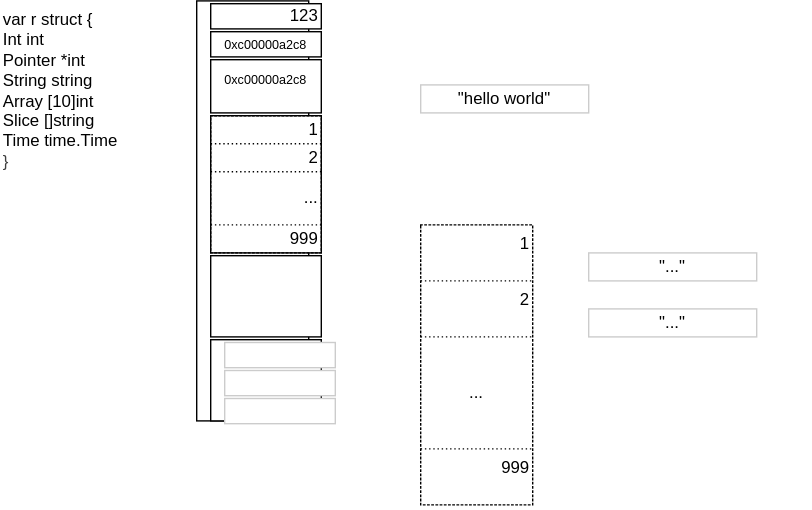
Earlier version of the draw.io export article/svg/struct.svg (nshichi/go-mem). Source tidied: cells renumbered, new cells last; positions are measured from the earlier drawing's top-left corner, leaving out a move shared by most shapes.
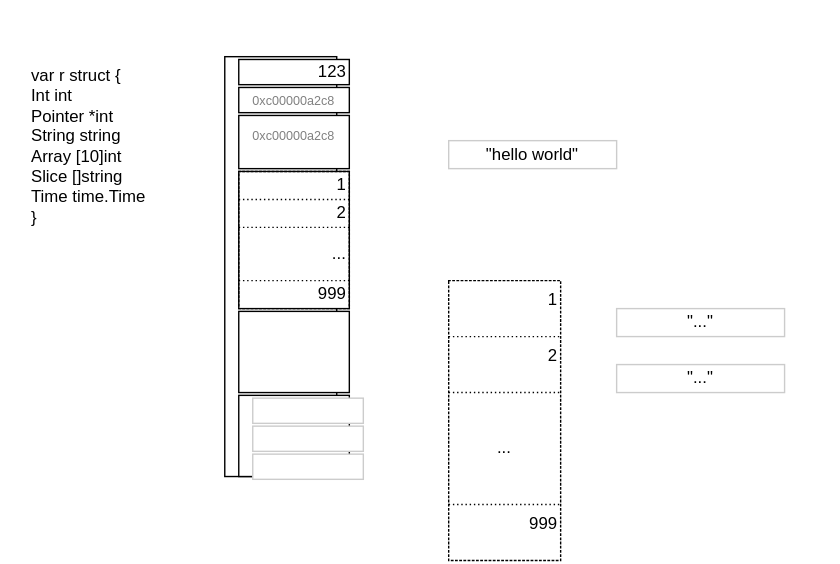
After the commit.

Change to the diagram source:
```diff
@@ -2,8 +2,8 @@
   <root>
     <mxCell id="0" />
     <mxCell id="1" parent="0" />
-    <mxCell id="2" value="&lt;div&gt;var r struct {&lt;/div&gt;&lt;span style=&quot;white-space: pre; white-space: normal;&quot;&gt;&lt;font color=&quot;#000000&quot;&gt;&#9;&lt;/font&gt;&lt;/span&gt;&amp;nbsp; &amp;nbsp; Int     int&lt;br&gt;&amp;nbsp; &amp;nbsp; Pointer *int&lt;div&gt;&amp;nbsp; &amp;nbsp; String  string&lt;br&gt;&amp;nbsp; &amp;nbsp; Array   [10]int&lt;br&gt;&amp;nbsp; &amp;nbsp; Slice   []string&lt;br&gt;&amp;nbsp; &amp;nbsp; Time    time.Time&amp;nbsp;&lt;div&gt;&lt;span style=&quot;color: rgb(63, 63, 63); background-color: transparent;&quot;&gt;}&lt;/span&gt;&lt;/div&gt;&lt;/div&gt;" style="text;strokeColor=none;align=left;fillColor=none;html=1;verticalAlign=top;whiteSpace=wrap;rounded=0;horizontal=1;" parent="1" vertex="1">
-      <mxGeometry width="110" height="120" as="geometry" />
+    <mxCell id="2" value="var r struct {&lt;br&gt;&amp;nbsp; &amp;nbsp; Int     int&lt;br&gt;&amp;nbsp; &amp;nbsp; Pointer *int&lt;br&gt;&amp;nbsp; &amp;nbsp; String  string&lt;br&gt;&amp;nbsp; &amp;nbsp; Array   [10]int&lt;br&gt;&amp;nbsp; &amp;nbsp; Slice   []string&lt;br&gt;&amp;nbsp; &amp;nbsp; Time    time.Time&amp;nbsp;&lt;br&gt;}" style="text;strokeColor=none;align=left;fillColor=none;verticalAlign=top;rounded=0;horizontal=1;labelBorderColor=none;html=1;whiteSpace=wrap;fontColor=default;" parent="1" vertex="1">
+      <mxGeometry width="110" height="130" as="geometry" />
     </mxCell>
     <mxCell id="3" style="whiteSpace=wrap;html=1;strokeWidth=1;" parent="1" vertex="1">
       <mxGeometry x="140" width="80" height="300" as="geometry" />
@@ -11,10 +11,10 @@
     <mxCell id="4" value="123" style="whiteSpace=wrap;html=1;align=right;" parent="1" vertex="1">
       <mxGeometry x="150" y="2" width="79" height="18" as="geometry" />
     </mxCell>
-    <mxCell id="5" value="&lt;span style=&quot;color: rgb(0, 0, 0); font-size: 9px;&quot;&gt;0xc00000a2c8&lt;/span&gt;" style="whiteSpace=wrap;html=1;align=center;" parent="1" vertex="1">
+    <mxCell id="5" value="&lt;span style=&quot;font-size: 9px;&quot;&gt;0xc00000a2c8&lt;/span&gt;" style="whiteSpace=wrap;html=1;align=center;fontColor=#808080;" parent="1" vertex="1">
       <mxGeometry x="150" y="22" width="79" height="18" as="geometry" />
     </mxCell>
-    <mxCell id="6" value="&lt;span style=&quot;color: rgb(0, 0, 0); font-size: 9px;&quot;&gt;0xc00000a2c8&lt;/span&gt;" style="whiteSpace=wrap;html=1;align=center;verticalAlign=top;" parent="1" vertex="1">
+    <mxCell id="6" value="&lt;span style=&quot;font-size: 9px;&quot;&gt;0xc00000a2c8&lt;/span&gt;" style="whiteSpace=wrap;html=1;align=center;verticalAlign=top;fontColor=#808080;" parent="1" vertex="1">
       <mxGeometry x="150" y="42" width="79" height="38" as="geometry" />
     </mxCell>
     <mxCell id="7" style="whiteSpace=wrap;html=1;align=right;" parent="1" vertex="1">
@@ -101,5 +101,8 @@
     <mxCell id="34" style="whiteSpace=wrap;html=1;fillColor=none;strokeColor=none;" parent="1" vertex="1">
       <mxGeometry x="560" y="340" width="20" height="20" as="geometry" />
     </mxCell>
+    <mxCell id="35" style="whiteSpace=wrap;html=1;fillColor=none;strokeColor=none;" parent="1" vertex="1">
+      <mxGeometry x="-20" y="-40" width="20" height="20" as="geometry" />
+    </mxCell>
   </root>
 </mxGraphModel>
```
